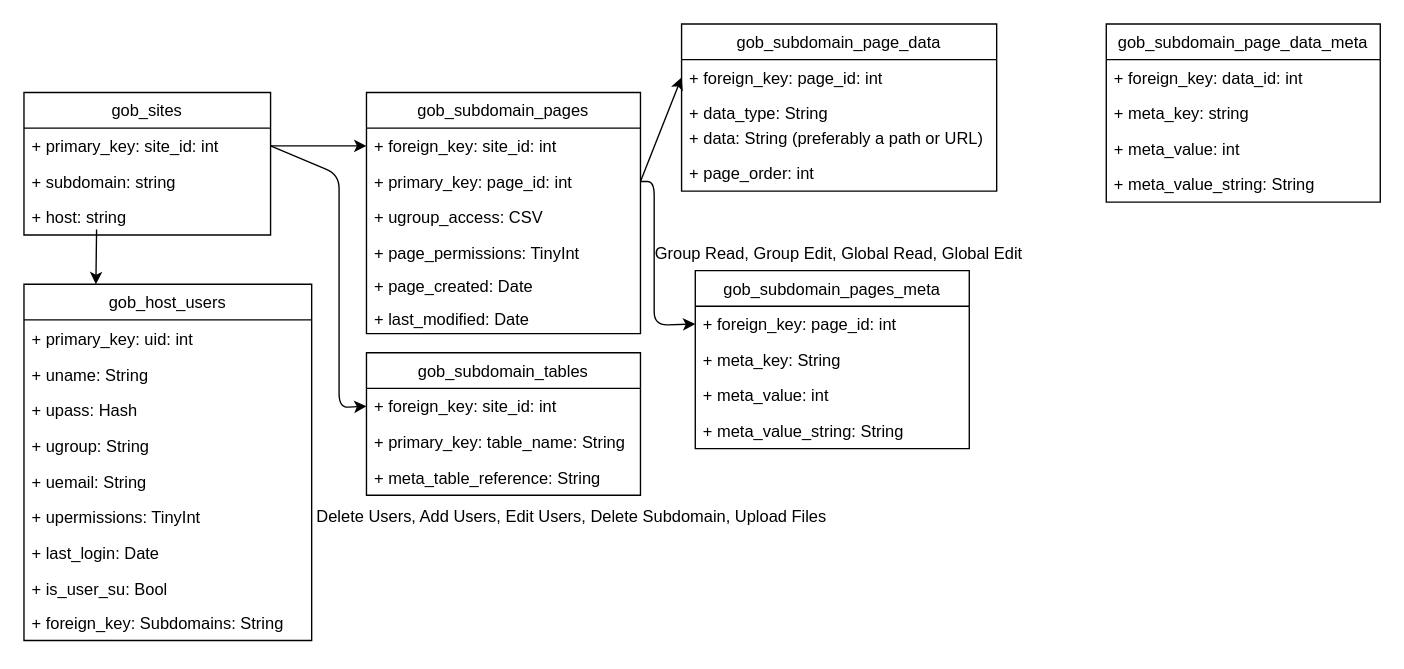
Manti-code/Goblin-CMS keeps this draw.io diagram as Database Communication.drawio. Above is the earlier version. Source tidied: cells renumbered, new cells numbered last; positions are measured from the earlier drawing's top-left corner, leaving out a move shared by most shapes. Both pictures are drawn from the tidied source at 137%, with x=0, y=0 at pixel (23, 23).
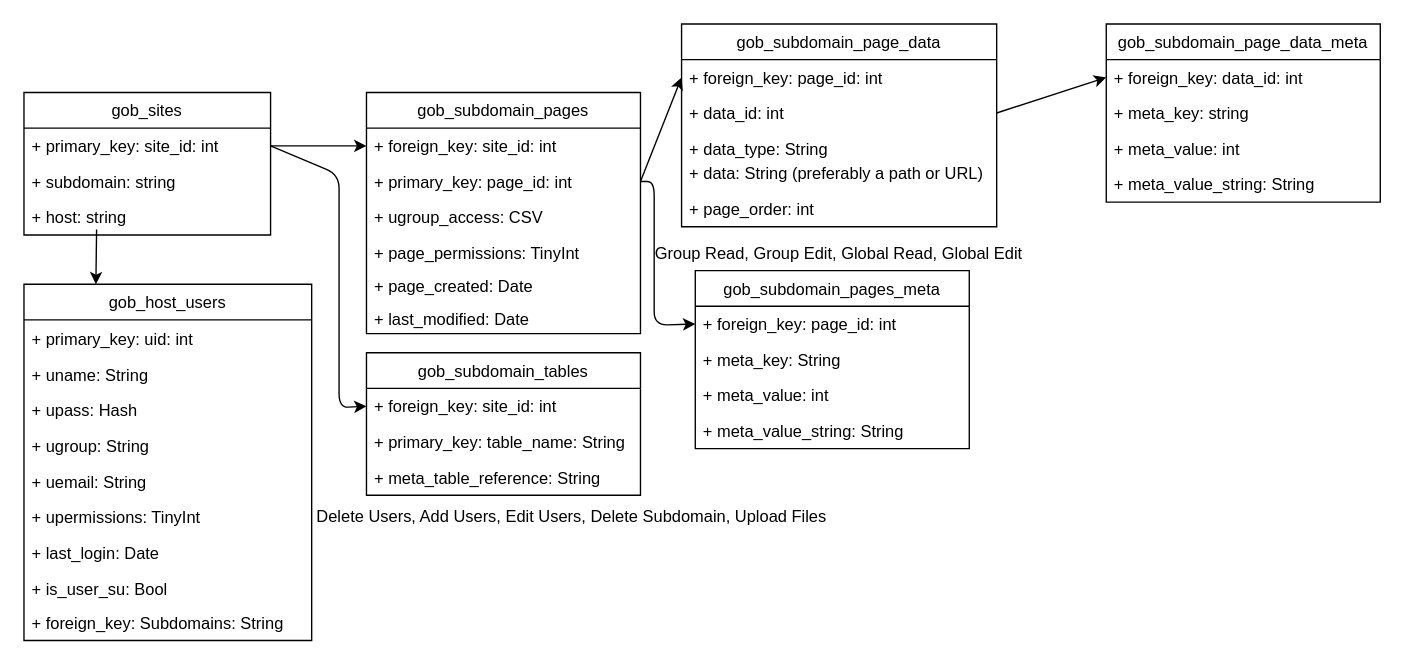
Above is the later version.

The change refers to these unchanged cells:
```xml
<mxCell id="45" value="+ foreign_key: data_id: int" style="text;strokeColor=none;fillColor=none;align=left;verticalAlign=top;spacingLeft=4;spacingRight=4;overflow=hidden;points=[[0,0.5],[1,0.5]];portConstraint=eastwest;" parent="44" vertex="1">
  <mxGeometry y="26" width="200" height="26" as="geometry" />
</mxCell>
```

The edit, as a diff of the source:
```diff
@@
     <mxCell id="28" value="gob_subdomain_page_data" style="swimlane;fontStyle=0;horizontal=1;startSize=26;fillColor=none;" parent="1" vertex="1">
-      <mxGeometry x="480" width="230" height="122" as="geometry" />
+      <mxGeometry x="480" width="230" height="148" as="geometry" />
     </mxCell>
@@
+    <mxCell id="49" value="+ data_id: int" style="text;strokeColor=none;fillColor=none;align=left;verticalAlign=top;spacingLeft=4;spacingRight=4;overflow=hidden;points=[[0,0.5],[1,0.5]];portConstraint=eastwest;" parent="28" vertex="1">
+      <mxGeometry y="52" width="230" height="26" as="geometry" />
+    </mxCell>
     <mxCell id="30" value="+ data_type: String" style="text;strokeColor=none;fillColor=none;align=left;verticalAlign=top;spacingLeft=4;spacingRight=4;overflow=hidden;" parent="28" vertex="1">
-      <mxGeometry y="52" width="230" height="18" as="geometry" />
+      <mxGeometry y="78" width="230" height="18" as="geometry" />
     </mxCell>
     <mxCell id="31" value="+ data: String (preferably a path or URL)" style="text;strokeColor=none;fillColor=none;align=left;verticalAlign=top;spacingLeft=4;spacingRight=4;overflow=hidden;" parent="28" vertex="1">
-      <mxGeometry y="70" width="230" height="26" as="geometry" />
+      <mxGeometry y="96" width="230" height="26" as="geometry" />
     </mxCell>
     <mxCell id="32" value="+ page_order: int" style="text;strokeColor=none;fillColor=none;align=left;verticalAlign=top;spacingLeft=4;spacingRight=4;overflow=hidden;" parent="28" vertex="1">
-      <mxGeometry y="96" width="230" height="26" as="geometry" />
+      <mxGeometry y="122" width="230" height="26" as="geometry" />
     </mxCell>
@@
+    <mxCell id="50" style="endArrow=classic;html=1;entryX=0;entryY=0.5;entryDx=0;entryDy=0;exitX=1;exitY=0.5;exitDx=0;exitDy=0;" parent="1" edge="1" source="49" target="45">
+      <mxGeometry relative="1" as="geometry" />
+    </mxCell>
```
